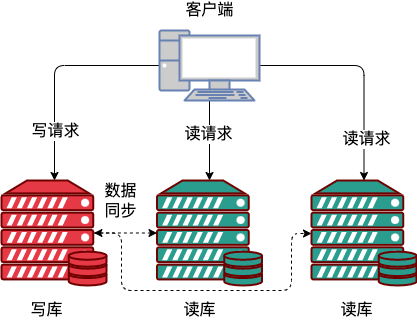
This is img/mysql/mysql-client-readwrite.png from boilingfrog/Go-POINT, a draw.io export, as it was before one commit. Source tidied: cells renumbered, new cells last; positions are measured from the earlier drawing's top-left corner, leaving out a move shared by most shapes. The source it was exported from:
```xml
<mxGraphModel>
  <root>
    <mxCell id="0" />
    <mxCell id="1" parent="0" />
    <mxCell id="2" style="fontColor=#ffffff;verticalAlign=top;verticalLabelPosition=bottom;labelPosition=center;align=center;html=1;outlineConnect=0;fillColor=#2A9D8F;strokeColor=#6F0000;gradientDirection=north;strokeWidth=2;shape=mxgraph.networks.server_storage;" parent="1" vertex="1">
      <mxGeometry x="310" y="180" width="105" height="105" as="geometry" />
    </mxCell>
    <mxCell id="3" style="fontColor=#ffffff;verticalAlign=top;verticalLabelPosition=bottom;labelPosition=center;align=center;html=1;outlineConnect=0;fillColor=#2A9D8F;strokeColor=#6F0000;gradientDirection=north;strokeWidth=2;shape=mxgraph.networks.server_storage;" parent="1" vertex="1">
      <mxGeometry x="155.5" y="180" width="105" height="105" as="geometry" />
    </mxCell>
    <mxCell id="4" style="edgeStyle=orthogonalEdgeStyle;rounded=1;html=1;entryX=0;entryY=0.5;entryDx=0;entryDy=0;entryPerimeter=0;fontSize=16;startArrow=none;startFill=0;endArrow=classic;endFill=1;strokeWidth=1;exitX=0.88;exitY=0.5;exitDx=0;exitDy=0;exitPerimeter=0;dashed=1;" parent="1" edge="1" source="7" target="3">
      <mxGeometry relative="1" as="geometry" />
    </mxCell>
    <mxCell id="5" style="edgeStyle=orthogonalEdgeStyle;rounded=1;html=1;fontSize=16;startArrow=classic;startFill=1;endArrow=classic;endFill=1;strokeWidth=1;exitX=0.88;exitY=0.5;exitDx=0;exitDy=0;exitPerimeter=0;dashed=1;" parent="1" edge="1" source="7" target="2">
      <mxGeometry relative="1" as="geometry">
        <Array as="points">
          <mxPoint x="120" y="233" />
          <mxPoint x="120" y="290" />
          <mxPoint x="290" y="290" />
          <mxPoint x="290" y="233" />
        </Array>
      </mxGeometry>
    </mxCell>
    <mxCell id="6" value="数据&lt;br&gt;同步" style="edgeLabel;html=1;align=center;verticalAlign=middle;fontSize=16;" parent="5" vertex="1">
      <mxGeometry x="0.03" y="1" relative="1" as="geometry">
        <mxPoint x="-88" y="-89" as="offset" />
      </mxGeometry>
    </mxCell>
    <mxCell id="7" style="fontColor=#ffffff;verticalAlign=top;verticalLabelPosition=bottom;labelPosition=center;align=center;html=1;outlineConnect=0;fillColor=#E63946;strokeColor=#6F0000;gradientDirection=north;strokeWidth=2;shape=mxgraph.networks.server_storage;" parent="1" vertex="1">
      <mxGeometry y="180" width="105" height="105" as="geometry" />
    </mxCell>
    <mxCell id="8" style="edgeStyle=orthogonalEdgeStyle;rounded=1;html=1;fontSize=16;startArrow=none;startFill=0;endArrow=classic;endFill=1;strokeWidth=1;" parent="1" edge="1" source="14" target="7">
      <mxGeometry relative="1" as="geometry">
        <Array as="points">
          <mxPoint x="53" y="65" />
        </Array>
      </mxGeometry>
    </mxCell>
    <mxCell id="9" value="写请求" style="edgeLabel;html=1;align=center;verticalAlign=middle;fontSize=16;" parent="8" vertex="1">
      <mxGeometry x="-0.19" relative="1" as="geometry">
        <mxPoint x="-16" y="65" as="offset" />
      </mxGeometry>
    </mxCell>
    <mxCell id="10" style="edgeStyle=orthogonalEdgeStyle;rounded=1;html=1;fontSize=16;startArrow=none;startFill=0;endArrow=classic;endFill=1;strokeWidth=1;" parent="1" edge="1" source="14" target="2">
      <mxGeometry relative="1" as="geometry" />
    </mxCell>
    <mxCell id="11" value="读请求" style="edgeLabel;html=1;align=center;verticalAlign=middle;fontSize=16;" parent="10" vertex="1">
      <mxGeometry x="0.62" y="2" relative="1" as="geometry">
        <mxPoint y="1" as="offset" />
      </mxGeometry>
    </mxCell>
    <mxCell id="12" style="edgeStyle=orthogonalEdgeStyle;rounded=1;html=1;entryX=0.5;entryY=0;entryDx=0;entryDy=0;entryPerimeter=0;fontSize=16;startArrow=none;startFill=0;endArrow=classic;endFill=1;strokeWidth=1;" parent="1" edge="1" source="14" target="3">
      <mxGeometry relative="1" as="geometry" />
    </mxCell>
    <mxCell id="13" value="读请求" style="edgeLabel;html=1;align=center;verticalAlign=middle;fontSize=16;" parent="12" vertex="1">
      <mxGeometry x="-0.17" y="-2" relative="1" as="geometry" />
    </mxCell>
    <mxCell id="14" style="fontColor=#0066CC;verticalAlign=top;verticalLabelPosition=bottom;labelPosition=center;align=center;html=1;outlineConnect=0;fillColor=#CCCCCC;strokeColor=#6881B3;gradientColor=none;gradientDirection=north;strokeWidth=2;shape=mxgraph.networks.pc;fontSize=16;" parent="1" vertex="1">
      <mxGeometry x="158" y="30" width="100" height="70" as="geometry" />
    </mxCell>
    <mxCell id="15" value="客户端" style="text;html=1;align=center;verticalAlign=middle;strokeColor=none;fillColor=none;fontSize=16;" parent="1" vertex="1">
      <mxGeometry x="178" width="60" height="20" as="geometry" />
    </mxCell>
    <mxCell id="16" value="写库" style="text;html=1;align=center;verticalAlign=middle;strokeColor=none;fillColor=none;fontSize=16;" parent="1" vertex="1">
      <mxGeometry x="20" y="300" width="50" height="20" as="geometry" />
    </mxCell>
    <mxCell id="17" value="读库" style="text;html=1;align=center;verticalAlign=middle;strokeColor=none;fillColor=none;fontSize=16;" parent="1" vertex="1">
      <mxGeometry x="173" y="300" width="50" height="20" as="geometry" />
    </mxCell>
    <mxCell id="18" value="读库" style="text;html=1;align=center;verticalAlign=middle;strokeColor=none;fillColor=none;fontSize=16;" parent="1" vertex="1">
      <mxGeometry x="330" y="300" width="50" height="20" as="geometry" />
    </mxCell>
  </root>
</mxGraphModel>
```
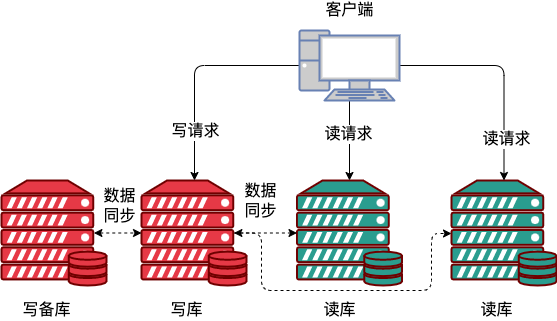
After the commit.

Diff of the diagram source:
```diff
@@ -70,5 +70,19 @@
     <mxCell id="18" value="读库" style="text;html=1;align=center;verticalAlign=middle;strokeColor=none;fillColor=none;fontSize=16;" parent="1" vertex="1">
       <mxGeometry x="330" y="300" width="50" height="20" as="geometry" />
     </mxCell>
+    <mxCell id="19" style="edgeStyle=none;html=1;entryX=0;entryY=0.5;entryDx=0;entryDy=0;entryPerimeter=0;dashed=1;fontSize=16;startArrow=classic;startFill=1;exitX=0.88;exitY=0.5;exitDx=0;exitDy=0;exitPerimeter=0;" parent="1" edge="1" source="20" target="7">
+      <mxGeometry relative="1" as="geometry" />
+    </mxCell>
+    <mxCell id="20" style="fontColor=#ffffff;verticalAlign=top;verticalLabelPosition=bottom;labelPosition=center;align=center;html=1;outlineConnect=0;fillColor=#E63946;strokeColor=#6F0000;gradientDirection=north;strokeWidth=2;shape=mxgraph.networks.server_storage;" parent="1" vertex="1">
+      <mxGeometry x="-140" y="180" width="105" height="105" as="geometry" />
+    </mxCell>
+    <mxCell id="21" value="写备库" style="text;html=1;align=center;verticalAlign=middle;strokeColor=none;fillColor=none;fontSize=16;" parent="1" vertex="1">
+      <mxGeometry x="-125" y="300" width="60" height="20" as="geometry" />
+    </mxCell>
+    <mxCell id="22" value="数据&lt;br&gt;同步" style="edgeLabel;html=1;align=center;verticalAlign=middle;fontSize=16;" parent="1" vertex="1">
+      <mxGeometry x="128.9" y="232.5" as="geometry">
+        <mxPoint x="-151" y="-27" as="offset" />
+      </mxGeometry>
+    </mxCell>
   </root>
 </mxGraphModel>
```
